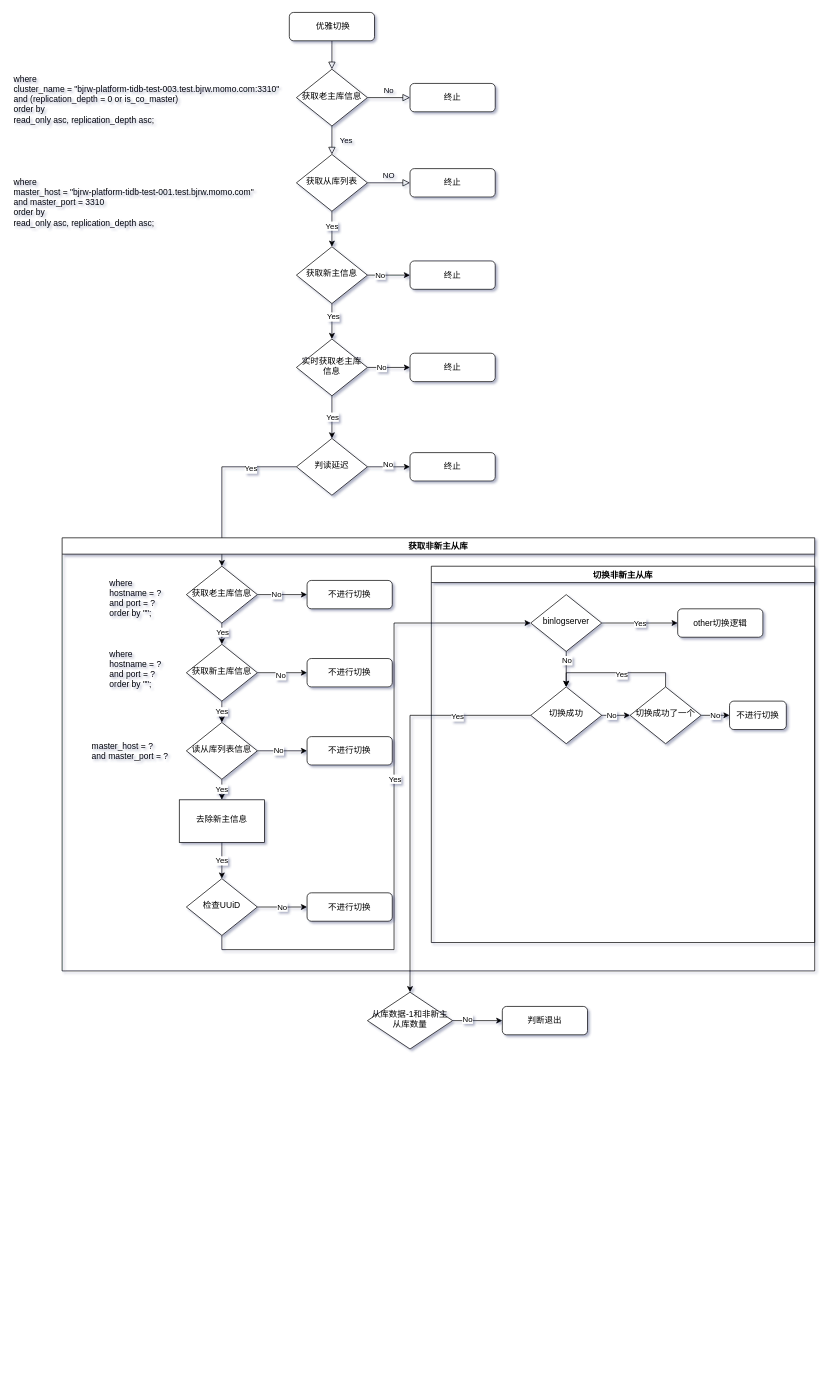
Earlier version of the draw.io diagram test1/orchestrator优雅切换.drawio (WXY3/test). Source tidied: cells renumbered, new cells numbered last; positions are measured from the earlier drawing's top-left corner, leaving out a move shared by most shapes. Both pictures are drawn from the tidied source at 71%, with x=0, y=0 at pixel (12, 12).
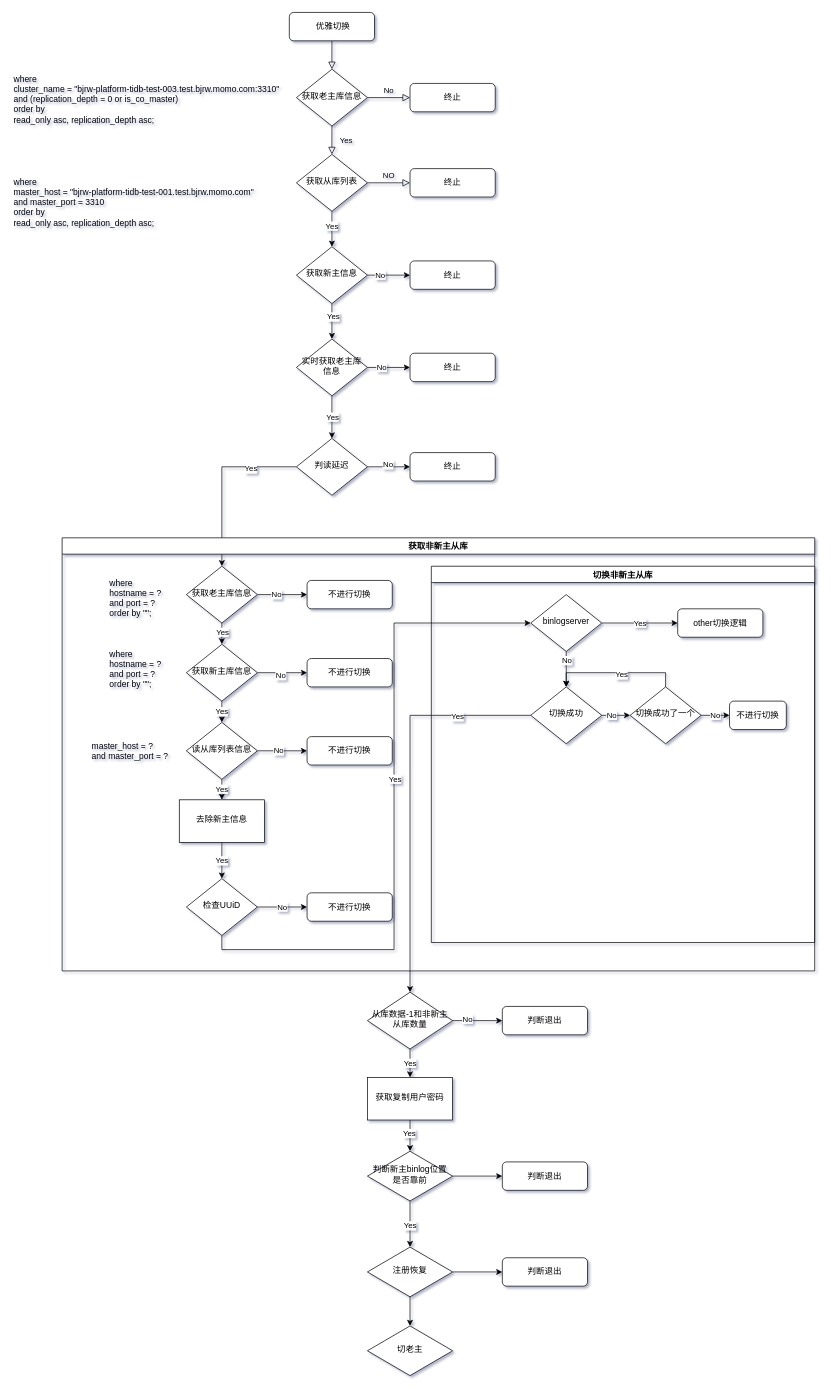
Above is the later version.

Commit message:
更新orchestrator优雅切换.drawio

Unchanged cells that the change refers to:
```xml
<mxCell id="76" value="从库数据-1和非新主从库数量" style="rhombus;whiteSpace=wrap;html=1;shadow=0;fontFamily=Helvetica;fontSize=12;align=center;strokeWidth=1;spacing=6;spacingTop=-4;" parent="1" vertex="1">
  <mxGeometry x="500" y="1380" width="120" height="80" as="geometry" />
</mxCell>
```

What changed in the source:
```diff
@@
+    <mxCell id="80" value="Yes" style="edgeStyle=orthogonalEdgeStyle;rounded=0;jettySize=auto;html=1;" parent="1" edge="1" source="76" target="83">
+      <mxGeometry relative="1" as="geometry" />
+    </mxCell>
@@
+    <mxCell id="81" style="edgeStyle=orthogonalEdgeStyle;rounded=0;jettySize=auto;html=1;" parent="1" edge="1" source="83" target="87">
+      <mxGeometry relative="1" as="geometry" />
+    </mxCell>
+    <mxCell id="82" value="Yes" style="edgeLabel;html=1;align=center;verticalAlign=middle;" parent="81" vertex="1">
+      <mxGeometry x="-0.18" y="-2" relative="1" as="geometry" />
+    </mxCell>
+    <mxCell id="83" value="获取复制用户密码" style="whiteSpace=wrap;html=1;shadow=0;strokeWidth=1;spacing=6;spacingTop=-4;" parent="1" vertex="1">
+      <mxGeometry x="500" y="1500" width="120" height="60" as="geometry" />
+    </mxCell>
+    <mxCell id="84" style="edgeStyle=orthogonalEdgeStyle;rounded=0;jettySize=auto;html=1;entryX=0;entryY=0.5;entryDx=0;entryDy=0;" parent="1" edge="1" source="87" target="88">
+      <mxGeometry relative="1" as="geometry" />
+    </mxCell>
+    <mxCell id="85" style="edgeStyle=orthogonalEdgeStyle;rounded=0;jettySize=auto;html=1;" parent="1" edge="1" source="87" target="91">
+      <mxGeometry relative="1" as="geometry" />
+    </mxCell>
+    <mxCell id="86" value="Yes" style="edgeLabel;html=1;align=center;verticalAlign=middle;" parent="85" vertex="1">
+      <mxGeometry x="0.05" y="-1" relative="1" as="geometry" />
+    </mxCell>
+    <mxCell id="87" value="判断新主binlog位置是否靠前" style="rhombus;whiteSpace=wrap;html=1;shadow=0;strokeWidth=1;spacing=6;spacingTop=-4;" parent="1" vertex="1">
+      <mxGeometry x="500" y="1604" width="120" height="70" as="geometry" />
+    </mxCell>
+    <mxCell id="88" value="判断退出" style="rounded=1;whiteSpace=wrap;html=1;fontSize=12;glass=0;strokeWidth=1;shadow=0;" parent="1" vertex="1">
+      <mxGeometry x="690" y="1619" width="120" height="40" as="geometry" />
+    </mxCell>
+    <mxCell id="89" style="edgeStyle=orthogonalEdgeStyle;rounded=0;jettySize=auto;html=1;exitX=1;exitY=0.5;exitDx=0;exitDy=0;entryX=0;entryY=0.5;entryDx=0;entryDy=0;" parent="1" edge="1" source="91" target="92">
+      <mxGeometry relative="1" as="geometry" />
+    </mxCell>
+    <mxCell id="90" style="edgeStyle=orthogonalEdgeStyle;rounded=0;jettySize=auto;html=1;" parent="1" edge="1" source="91" target="93">
+      <mxGeometry relative="1" as="geometry" />
+    </mxCell>
+    <mxCell id="91" value="注册恢复" style="rhombus;whiteSpace=wrap;html=1;shadow=0;strokeWidth=1;spacing=6;spacingTop=-4;" parent="1" vertex="1">
+      <mxGeometry x="500" y="1739" width="120" height="70" as="geometry" />
+    </mxCell>
+    <mxCell id="92" value="判断退出" style="rounded=1;whiteSpace=wrap;html=1;fontSize=12;glass=0;strokeWidth=1;shadow=0;" parent="1" vertex="1">
+      <mxGeometry x="690" y="1754" width="120" height="40" as="geometry" />
+    </mxCell>
+    <mxCell id="93" value="切老主" style="rhombus;whiteSpace=wrap;html=1;shadow=0;strokeWidth=1;spacing=6;spacingTop=-4;" parent="1" vertex="1">
+      <mxGeometry x="500" y="1850" width="120" height="70" as="geometry" />
+    </mxCell>
```
